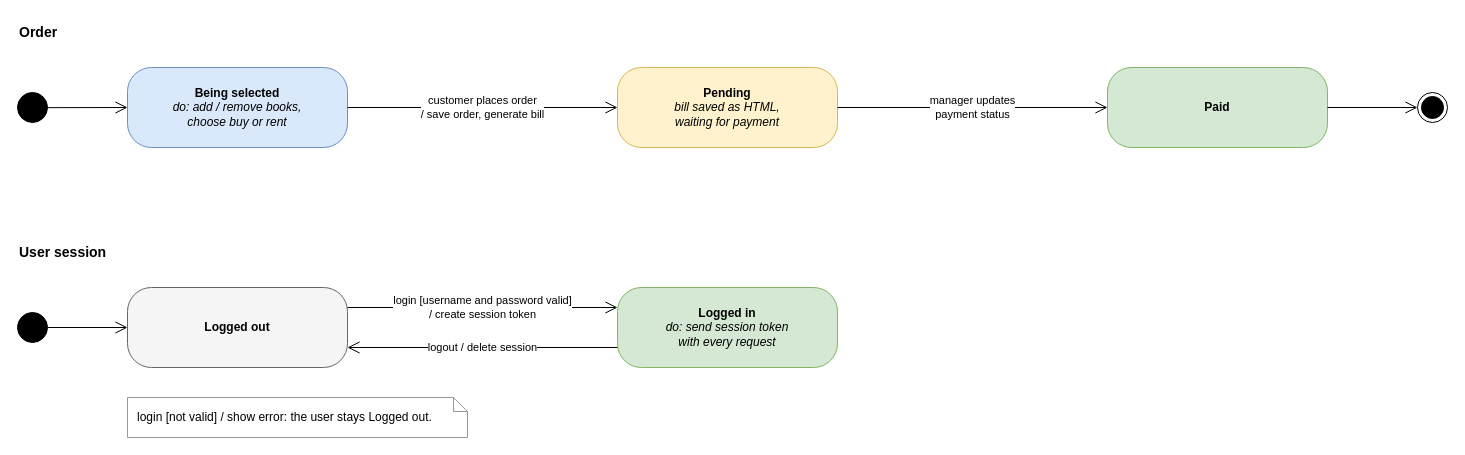
Earlier version of the draw.io diagram docs/02-design/diagrams/state-machine.drawio (KFUPMer/csce310-bookstore). Source tidied: cells renumbered, new cells numbered last; positions are measured from the earlier drawing's top-left corner, leaving out a move shared by most shapes. Both pictures are drawn from the tidied source at 100%, with x=0, y=0 at pixel (17, 17).
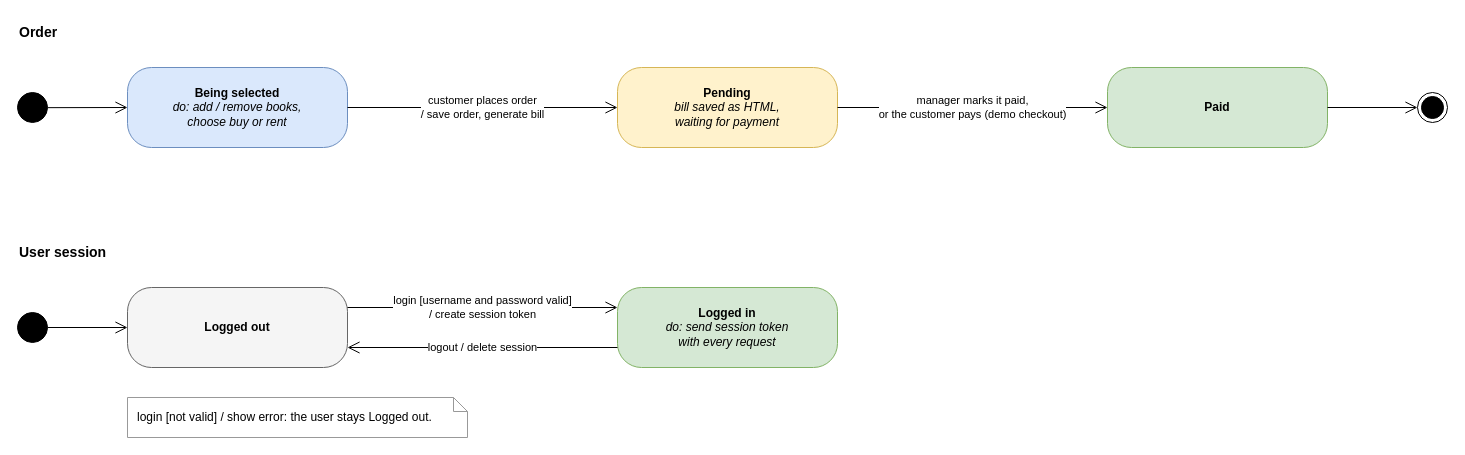
After the change.

Commit message (it also covers changes not shown here):
Report: a table per entity, more diagrams, sources, accounts, references, course footer

Change to the diagram source:
```diff
@@
 <mxGraphModel>
   <root>
     <mxCell id="0" />
     <mxCell id="1" parent="0" />
     <mxCell id="2" value="Order" style="text;html=1;align=left;verticalAlign=middle;fontSize=14;fontStyle=1;" parent="1" vertex="1">
       <mxGeometry width="200" height="30" as="geometry" />
     </mxCell>
     <mxCell id="3" style="ellipse;html=1;fillColor=#000000;strokeColor=#000000;" parent="1" vertex="1">
       <mxGeometry y="75" width="30" height="30" as="geometry" />
     </mxCell>
     <mxCell id="4" value="&lt;b&gt;Being selected&lt;/b&gt;&lt;br&gt;&lt;i&gt;do: add / remove books,&lt;br&gt;choose buy or rent&lt;/i&gt;" style="rounded=1;arcSize=30;whiteSpace=wrap;html=1;fontSize=12;fillColor=#dae8fc;strokeColor=#6c8ebf;" parent="1" vertex="1">
       <mxGeometry x="110" y="50" width="220" height="80" as="geometry" />
     </mxCell>
     <mxCell id="5" value="&lt;b&gt;Pending&lt;/b&gt;&lt;br&gt;&lt;i&gt;bill saved as HTML,&lt;br&gt;waiting for payment&lt;/i&gt;" style="rounded=1;arcSize=30;whiteSpace=wrap;html=1;fontSize=12;fillColor=#fff2cc;strokeColor=#d6b656;" parent="1" vertex="1">
       <mxGeometry x="600" y="50" width="220" height="80" as="geometry" />
     </mxCell>
     <mxCell id="6" value="&lt;b&gt;Paid&lt;/b&gt;" style="rounded=1;arcSize=30;whiteSpace=wrap;html=1;fontSize=12;fillColor=#d5e8d4;strokeColor=#82b366;" parent="1" vertex="1">
       <mxGeometry x="1090" y="50" width="220" height="80" as="geometry" />
     </mxCell>
     <mxCell id="7" style="ellipse;html=1;shape=endState;fillColor=#000000;strokeColor=#000000;" parent="1" vertex="1">
       <mxGeometry x="1400" y="75" width="30" height="30" as="geometry" />
     </mxCell>
     <mxCell id="8" style="endArrow=open;endSize=10;html=1;rounded=0;fontSize=11;" parent="1" edge="1" source="3" target="4">
       <mxGeometry relative="1" as="geometry" />
     </mxCell>
     <mxCell id="9" value="customer places order&lt;br&gt;/ save order, generate bill" style="endArrow=open;endSize=10;html=1;rounded=0;fontSize=11;" parent="1" edge="1" source="4" target="5">
       <mxGeometry relative="1" as="geometry" />
     </mxCell>
-    <mxCell id="10" value="manager updates&lt;br&gt;payment status" style="endArrow=open;endSize=10;html=1;rounded=0;fontSize=11;" parent="1" edge="1" source="5" target="6">
+    <mxCell id="10" value="manager marks it paid,&lt;br&gt;or the customer pays (demo checkout)" style="endArrow=open;endSize=10;html=1;rounded=0;fontSize=11;" parent="1" edge="1" source="5" target="6">
       <mxGeometry relative="1" as="geometry" />
     </mxCell>
     <mxCell id="11" style="endArrow=open;endSize=10;html=1;rounded=0;fontSize=11;" parent="1" edge="1" source="6" target="7">
       <mxGeometry relative="1" as="geometry" />
     </mxCell>
     <mxCell id="12" value="User session" style="text;html=1;align=left;verticalAlign=middle;fontSize=14;fontStyle=1;" parent="1" vertex="1">
       <mxGeometry y="220" width="200" height="30" as="geometry" />
     </mxCell>
     <mxCell id="13" style="ellipse;html=1;fillColor=#000000;strokeColor=#000000;" parent="1" vertex="1">
       <mxGeometry y="295" width="30" height="30" as="geometry" />
     </mxCell>
     <mxCell id="14" value="&lt;b&gt;Logged out&lt;/b&gt;" style="rounded=1;arcSize=30;whiteSpace=wrap;html=1;fontSize=12;fillColor=#f5f5f5;strokeColor=#666666;" parent="1" vertex="1">
       <mxGeometry x="110" y="270" width="220" height="80" as="geometry" />
     </mxCell>
     <mxCell id="15" value="&lt;b&gt;Logged in&lt;/b&gt;&lt;br&gt;&lt;i&gt;do: send session token&lt;br&gt;with every request&lt;/i&gt;" style="rounded=1;arcSize=30;whiteSpace=wrap;html=1;fontSize=12;fillColor=#d5e8d4;strokeColor=#82b366;" parent="1" vertex="1">
       <mxGeometry x="600" y="270" width="220" height="80" as="geometry" />
     </mxCell>
     <mxCell id="16" style="endArrow=open;endSize=10;html=1;rounded=0;fontSize=11;" parent="1" edge="1" source="13" target="14">
       <mxGeometry relative="1" as="geometry" />
     </mxCell>
     <mxCell id="17" value="login [username and password valid]&lt;br&gt;/ create session token" style="endArrow=open;endSize=10;html=1;rounded=0;fontSize=11;exitX=1;exitY=0.25;entryX=0;entryY=0.25;" parent="1" edge="1" source="14" target="15">
       <mxGeometry relative="1" as="geometry" />
     </mxCell>
     <mxCell id="18" value="logout / delete session" style="endArrow=open;endSize=10;html=1;rounded=0;fontSize=11;exitX=0;exitY=0.75;entryX=1;entryY=0.75;" parent="1" edge="1" source="15" target="14">
       <mxGeometry relative="1" as="geometry" />
     </mxCell>
     <mxCell id="19" value="login [not valid] / show error: the user stays Logged out." style="shape=note;size=14;whiteSpace=wrap;html=1;align=left;verticalAlign=top;spacingLeft=8;spacingTop=6;fillColor=#ffffff;strokeColor=#999999;fontSize=12;" parent="1" vertex="1">
       <mxGeometry x="110" y="380" width="340" height="40" as="geometry" />
     </mxCell>
   </root>
 </mxGraphModel>
```
